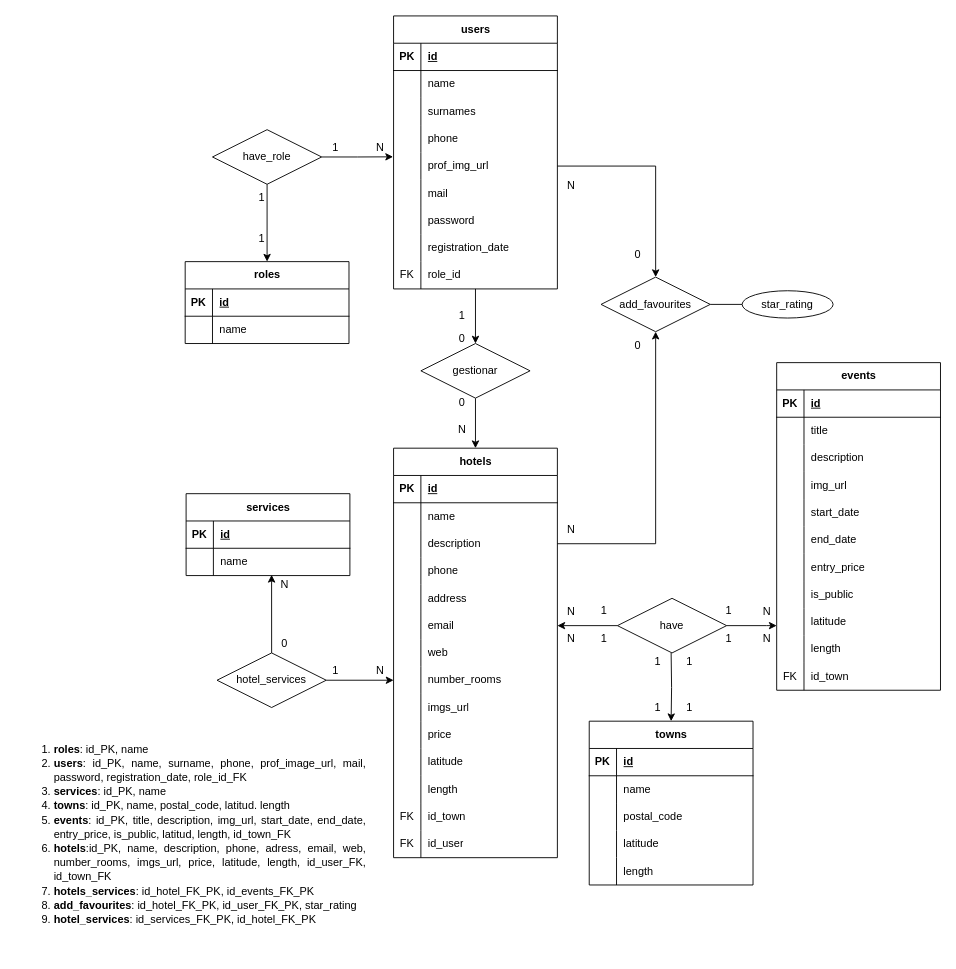
This is c6_hohoHotel.drawio from SerotDev/sru-abi-rlm-project-backend, a draw.io file, before an edit. Source tidied: cells renumbered, new cells numbered last; positions are measured from the earlier drawing's top-left corner, leaving out a move shared by most shapes. Both pictures are drawn from the tidied source at 91%, with x=0, y=0 at pixel (15, 15).
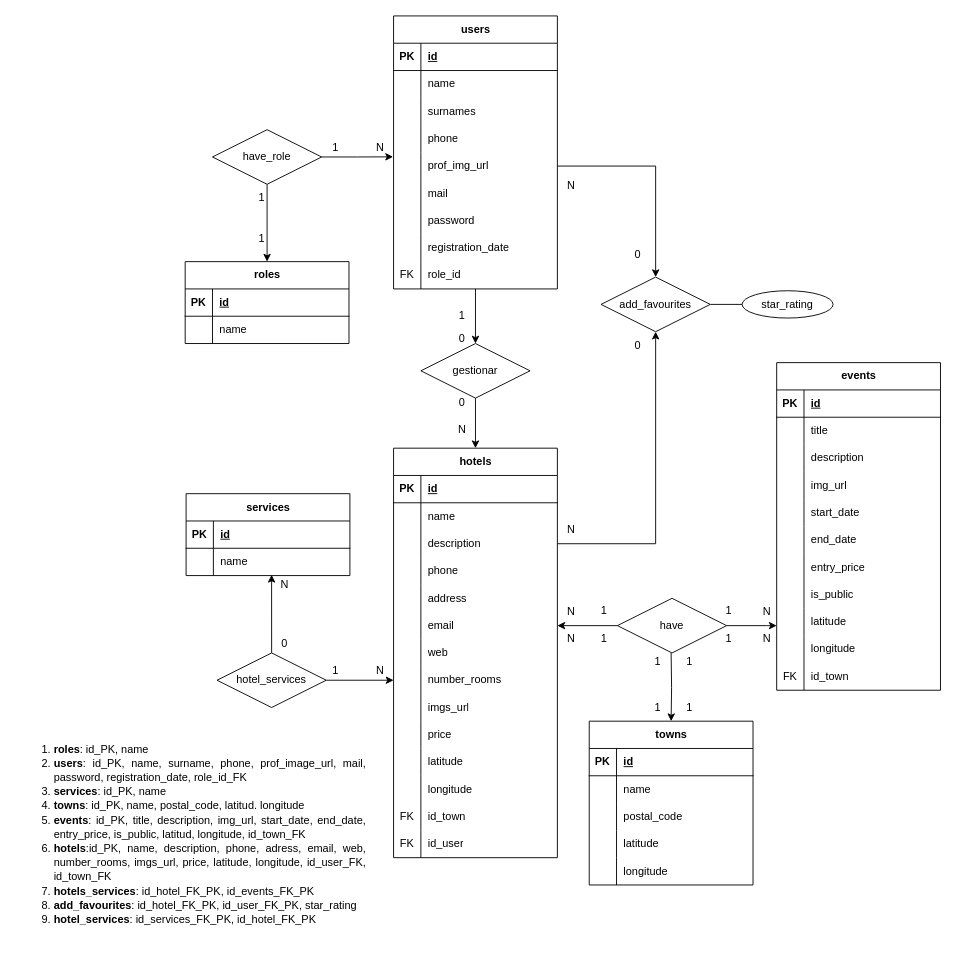
The same page after the edit.

The change refers to these unchanged cells:
```xml
<mxCell id="59" style="shape=tableRow;horizontal=0;startSize=0;swimlaneHead=0;swimlaneBody=0;fillColor=none;top=0;left=0;right=0;bottom=0;" parent="31" vertex="1">
  <mxGeometry y="300" width="180" height="30" as="geometry" />
</mxCell>
<mxCell id="99" style="shape=tableRow;horizontal=0;startSize=0;swimlaneHead=0;swimlaneBody=0;fillColor=none;top=0;left=0;right=0;bottom=0;" parent="65" vertex="1">
  <mxGeometry y="360" width="180" height="30" as="geometry" />
</mxCell>
<mxCell id="128" style="shape=tableRow;horizontal=0;startSize=0;swimlaneHead=0;swimlaneBody=0;fillColor=none;top=0;left=0;right=0;bottom=0;" parent="115" vertex="1">
  <mxGeometry y="150" width="180" height="30" as="geometry" />
</mxCell>
```

Change to the diagram source:
```diff
@@
-    <mxCell id="61" value="length" style="shape=partialRectangle;fillColor=none;top=0;left=0;bottom=0;right=0;align=left;spacingLeft=6;overflow=hidden;whiteSpace=wrap;html=1;" parent="59" vertex="1">
+    <mxCell id="61" value="longitude" style="shape=partialRectangle;fillColor=none;top=0;left=0;bottom=0;right=0;align=left;spacingLeft=6;overflow=hidden;whiteSpace=wrap;html=1;" parent="59" vertex="1">
       <mxGeometry x="30" width="150" height="30" as="geometry" />
     </mxCell>
@@
-    <mxCell id="101" value="length" style="shape=partialRectangle;fillColor=none;top=0;left=0;bottom=0;right=0;align=left;spacingLeft=6;overflow=hidden;whiteSpace=wrap;html=1;" parent="99" vertex="1">
+    <mxCell id="101" value="longitude" style="shape=partialRectangle;fillColor=none;top=0;left=0;bottom=0;right=0;align=left;spacingLeft=6;overflow=hidden;whiteSpace=wrap;html=1;" parent="99" vertex="1">
       <mxGeometry x="30" width="150" height="30" as="geometry" />
     </mxCell>
@@
-    <mxCell id="130" value="length" style="shape=partialRectangle;fillColor=none;top=0;left=0;bottom=0;right=0;align=left;spacingLeft=6;overflow=hidden;whiteSpace=wrap;html=1;" parent="128" vertex="1">
+    <mxCell id="130" value="longitude" style="shape=partialRectangle;fillColor=none;top=0;left=0;bottom=0;right=0;align=left;spacingLeft=6;overflow=hidden;whiteSpace=wrap;html=1;" parent="128" vertex="1">
       <mxGeometry x="30" width="150" height="30" as="geometry" />
     </mxCell>
@@
-    <mxCell id="186" value="&lt;ol&gt;&lt;li style=&quot;line-height: 130%;&quot; align=&quot;justify&quot;&gt;&lt;font style=&quot;background-color: rgb(255, 255, 255);&quot;&gt;&lt;b&gt;roles&lt;/b&gt;: id_PK, name&lt;/font&gt;&lt;/li&gt;&lt;li style=&quot;line-height: 130%;&quot; align=&quot;justify&quot;&gt;&lt;font style=&quot;background-color: rgb(255, 255, 255);&quot;&gt;&lt;b&gt;users&lt;/b&gt;: id_PK, name, surname, phone, prof_image_url, mail, password, registration_date, role_id_FK&lt;/font&gt;&lt;/li&gt;&lt;li style=&quot;line-height: 130%;&quot; align=&quot;justify&quot;&gt;&lt;font style=&quot;background-color: rgb(255, 255, 255);&quot;&gt;&lt;b&gt;services&lt;/b&gt;: id_PK, name&lt;/font&gt;&lt;/li&gt;&lt;li style=&quot;line-height: 130%;&quot; align=&quot;justify&quot;&gt;&lt;font style=&quot;background-color: rgb(255, 255, 255);&quot;&gt;&lt;b&gt;towns&lt;/b&gt;: id_PK, name, postal_code, latitud. length&lt;/font&gt;&lt;/li&gt;&lt;li style=&quot;line-height: 130%;&quot; align=&quot;justify&quot;&gt;&lt;font style=&quot;background-color: rgb(255, 255, 255);&quot;&gt;&lt;b&gt;events&lt;/b&gt;: id_PK, title, description, img_url, start_date, end_date, entry_price, is_public, latitud, length, id_town_FK&lt;/font&gt;&lt;/li&gt;&lt;li style=&quot;line-height: 130%;&quot; align=&quot;justify&quot;&gt;&lt;font style=&quot;background-color: rgb(255, 255, 255);&quot;&gt;&lt;b&gt;hotels&lt;/b&gt;:id_PK, name, description, phone, adress, email, web, number_rooms, imgs_url, price, latitude, length, id_user_FK, id_town_FK&lt;/font&gt;&lt;/li&gt;&lt;li style=&quot;line-height: 130%;&quot; align=&quot;justify&quot;&gt;&lt;font style=&quot;background-color: rgb(255, 255, 255);&quot;&gt;&lt;b&gt;hotels_services&lt;/b&gt;: id_hotel_FK_PK, id_events_FK_PK&lt;/font&gt;&lt;/li&gt;&lt;li style=&quot;line-height: 130%;&quot; align=&quot;justify&quot;&gt;&lt;font style=&quot;background-color: rgb(255, 255, 255);&quot;&gt;&lt;b&gt;add_favourites&lt;/b&gt;: id_hotel_FK_PK, id_user_FK_PK, star_rating&lt;/font&gt;&lt;/li&gt;&lt;li style=&quot;line-height: 130%;&quot; align=&quot;justify&quot;&gt;&lt;font style=&quot;background-color: rgb(255, 255, 255);&quot;&gt;&lt;b&gt;hotel_services&lt;/b&gt;: id_services_FK_PK, id_hotel_FK_PK&lt;/font&gt;&lt;/li&gt;&lt;/ol&gt;&lt;div&gt;&lt;br&gt;&lt;/div&gt;" style="text;html=1;strokeColor=none;fillColor=none;align=left;verticalAlign=top;whiteSpace=wrap;rounded=0;" parent="1" vertex="1">
+    <mxCell id="186" value="&lt;ol&gt;&lt;li style=&quot;line-height: 130%;&quot; align=&quot;justify&quot;&gt;&lt;font style=&quot;background-color: rgb(255, 255, 255);&quot;&gt;&lt;b&gt;roles&lt;/b&gt;: id_PK, name&lt;/font&gt;&lt;/li&gt;&lt;li style=&quot;line-height: 130%;&quot; align=&quot;justify&quot;&gt;&lt;font style=&quot;background-color: rgb(255, 255, 255);&quot;&gt;&lt;b&gt;users&lt;/b&gt;: id_PK, name, surname, phone, prof_image_url, mail, password, registration_date, role_id_FK&lt;/font&gt;&lt;/li&gt;&lt;li style=&quot;line-height: 130%;&quot; align=&quot;justify&quot;&gt;&lt;font style=&quot;background-color: rgb(255, 255, 255);&quot;&gt;&lt;b&gt;services&lt;/b&gt;: id_PK, name&lt;/font&gt;&lt;/li&gt;&lt;li style=&quot;line-height: 130%;&quot; align=&quot;justify&quot;&gt;&lt;font style=&quot;background-color: rgb(255, 255, 255);&quot;&gt;&lt;b&gt;towns&lt;/b&gt;: id_PK, name, postal_code, latitud. longitude&lt;/font&gt;&lt;/li&gt;&lt;li style=&quot;line-height: 130%;&quot; align=&quot;justify&quot;&gt;&lt;font style=&quot;background-color: rgb(255, 255, 255);&quot;&gt;&lt;b&gt;events&lt;/b&gt;: id_PK, title, description, img_url, start_date, end_date, entry_price, is_public, latitud, longitude, id_town_FK&lt;/font&gt;&lt;/li&gt;&lt;li style=&quot;line-height: 130%;&quot; align=&quot;justify&quot;&gt;&lt;font style=&quot;background-color: rgb(255, 255, 255);&quot;&gt;&lt;b&gt;hotels&lt;/b&gt;:id_PK, name, description, phone, adress, email, web, number_rooms, imgs_url, price, latitude, longitude, id_user_FK, id_town_FK&lt;/font&gt;&lt;/li&gt;&lt;li style=&quot;line-height: 130%;&quot; align=&quot;justify&quot;&gt;&lt;font style=&quot;background-color: rgb(255, 255, 255);&quot;&gt;&lt;b&gt;hotels_services&lt;/b&gt;: id_hotel_FK_PK, id_events_FK_PK&lt;/font&gt;&lt;/li&gt;&lt;li style=&quot;line-height: 130%;&quot; align=&quot;justify&quot;&gt;&lt;font style=&quot;background-color: rgb(255, 255, 255);&quot;&gt;&lt;b&gt;add_favourites&lt;/b&gt;: id_hotel_FK_PK, id_user_FK_PK, star_rating&lt;/font&gt;&lt;/li&gt;&lt;li style=&quot;line-height: 130%;&quot; align=&quot;justify&quot;&gt;&lt;font style=&quot;background-color: rgb(255, 255, 255);&quot;&gt;&lt;b&gt;hotel_services&lt;/b&gt;: id_services_FK_PK, id_hotel_FK_PK&lt;/font&gt;&lt;/li&gt;&lt;/ol&gt;&lt;div&gt;&lt;br&gt;&lt;/div&gt;" style="text;html=1;strokeColor=none;fillColor=none;align=left;verticalAlign=top;whiteSpace=wrap;rounded=0;" parent="1" vertex="1">
       <mxGeometry y="780" width="385" height="250" as="geometry" />
     </mxCell>
```
